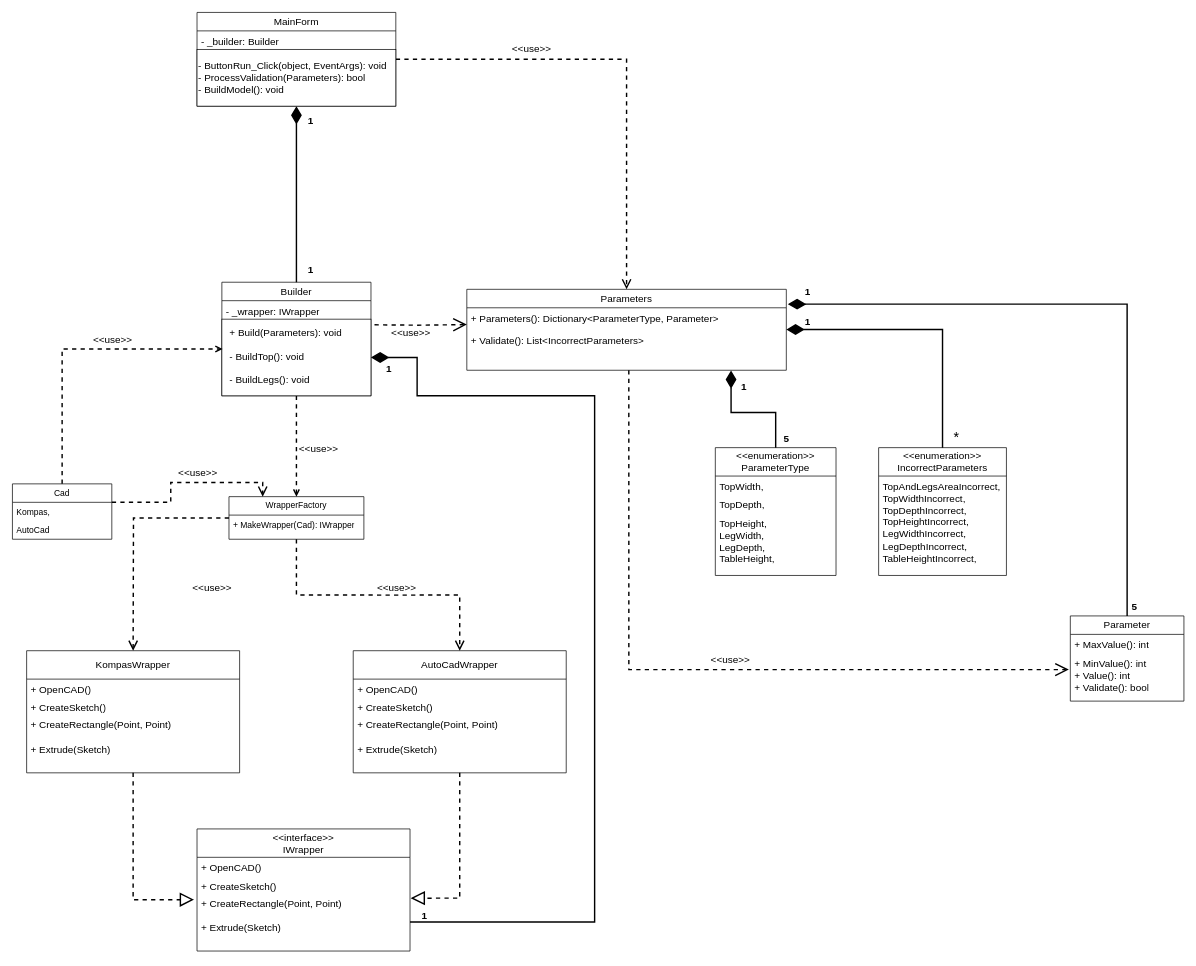
isaacparson/kompas_table_plugin keeps this draw.io diagram as docs/ПС_ДК.drawio. Above is the earlier version. Source tidied: cells renumbered, new cells numbered last; positions are measured from the earlier drawing's top-left corner, leaving out a move shared by most shapes. Both pictures are drawn from the tidied source at 71%, with x=0, y=0 at pixel (12, 12).
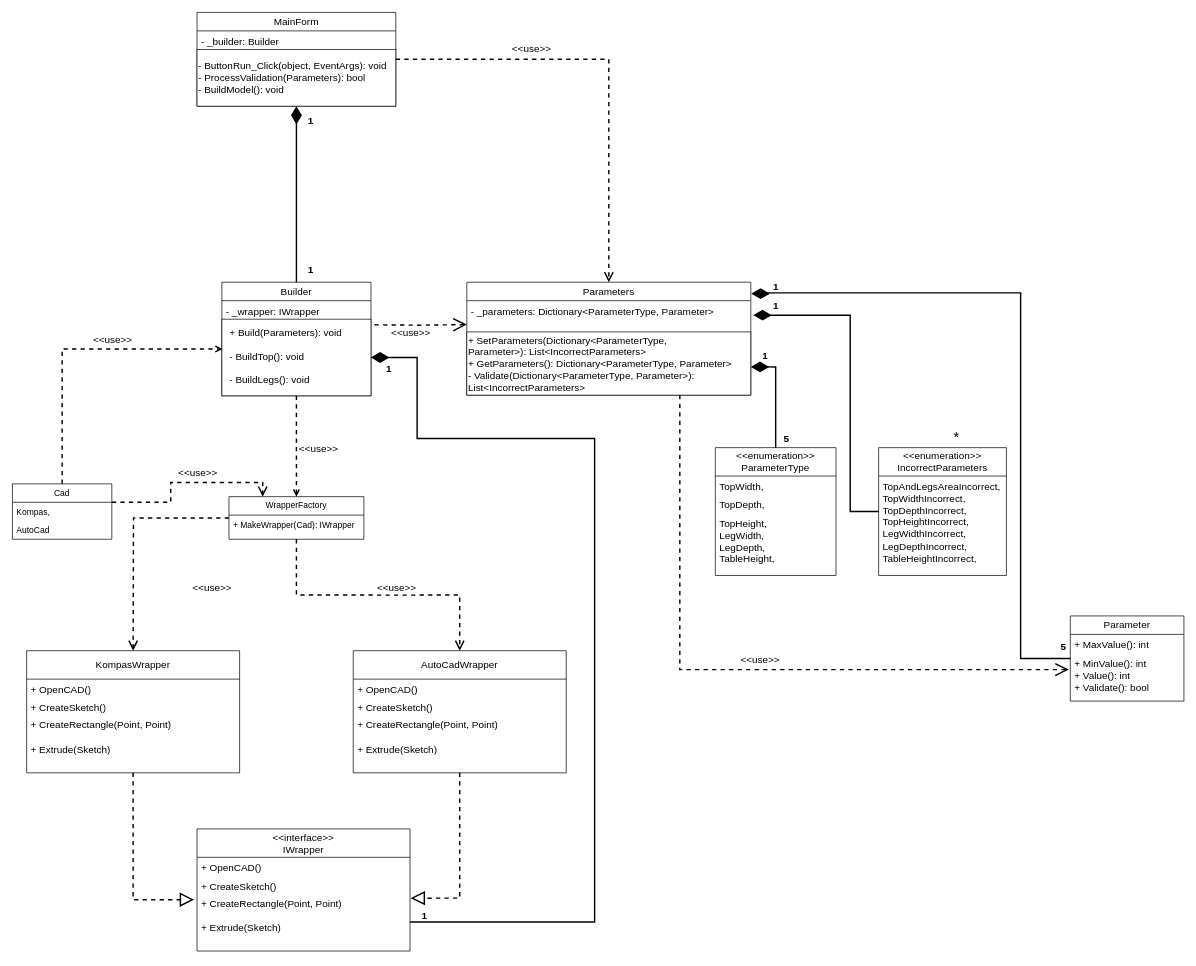
After the change.

The change refers to these unchanged cells:
```xml
<mxCell id="2" value="&amp;lt;&amp;lt;enumeration&amp;gt;&amp;gt;&lt;div style=&quot;font-size: 14px;&quot;&gt;ParameterType&lt;/div&gt;" style="swimlane;fontStyle=0;horizontal=1;startSize=40;fillColor=none;whiteSpace=wrap;html=1;labelBackgroundColor=none;fontSize=14;" parent="1" vertex="1">
  <mxGeometry x="990" y="613" width="170" height="180" as="geometry" />
</mxCell>
<mxCell id="6" value="Parameter" style="swimlane;fontStyle=0;horizontal=1;startSize=26;fillColor=none;whiteSpace=wrap;html=1;fontSize=14;" parent="1" vertex="1">
  <mxGeometry x="1490" y="850" width="160" height="120" as="geometry" />
</mxCell>
<mxCell id="8" value="+ MinValue(): int&lt;div&gt;+ Value(): int&lt;/div&gt;&lt;div&gt;+ Validate(): bool&lt;/div&gt;" style="text;strokeColor=none;fillColor=none;align=left;verticalAlign=top;spacingLeft=4;spacingRight=4;overflow=hidden;points=[[0,0.5],[1,0.5]];portConstraint=eastwest;whiteSpace=wrap;html=1;fontSize=14;" parent="6" vertex="1">
  <mxGeometry y="52" width="160" height="68" as="geometry" />
</mxCell>
<mxCell id="19" style="html=1;whiteSpace=wrap;" parent="17" vertex="1">
  <mxGeometry y="52" width="210" height="108" as="geometry" />
</mxCell>
<mxCell id="26" value="+ CreateRectangle(Point, Point)&lt;div&gt;&lt;br&gt;&lt;/div&gt;&lt;div&gt;+ Extrude(Sketch)&lt;/div&gt;" style="text;strokeColor=none;fillColor=none;align=left;verticalAlign=top;spacingLeft=4;spacingRight=4;overflow=hidden;points=[[0,0.5],[1,0.5]];portConstraint=eastwest;whiteSpace=wrap;html=1;fontSize=14;" parent="23" vertex="1">
  <mxGeometry y="90" width="300" height="82" as="geometry" />
</mxCell>
<mxCell id="63" value="&amp;lt;&amp;lt;enumeration&amp;gt;&amp;gt;&lt;div style=&quot;font-size: 14px;&quot;&gt;&lt;span style=&quot;text-align: left;&quot;&gt;IncorrectParameters&lt;/span&gt;&lt;/div&gt;" style="swimlane;fontStyle=0;horizontal=1;startSize=40;fillColor=none;whiteSpace=wrap;html=1;labelBackgroundColor=none;fontSize=14;" parent="1" vertex="1">
  <mxGeometry x="1220" y="613" width="180" height="180" as="geometry" />
</mxCell>
```

What changed in the source:
```diff
@@
-    <mxCell id="9" style="edgeStyle=orthogonalEdgeStyle;rounded=0;jettySize=auto;html=1;entryX=-0.013;entryY=0.347;entryDx=0;entryDy=0;entryPerimeter=0;fontSize=14;strokeWidth=2;dashed=1;endArrow=open;endFill=0;endSize=15;exitX=0.507;exitY=1;exitDx=0;exitDy=0;exitPerimeter=0;" parent="1" edge="1" source="12" target="8">
+    <mxCell id="9" style="edgeStyle=orthogonalEdgeStyle;rounded=0;jettySize=auto;html=1;entryX=-0.013;entryY=0.347;entryDx=0;entryDy=0;entryPerimeter=0;fontSize=14;strokeWidth=2;dashed=1;endArrow=open;endFill=0;endSize=15;exitX=0.75;exitY=1;exitDx=0;exitDy=0;" parent="1" edge="1" source="11" target="8">
       <mxGeometry relative="1" as="geometry" />
     </mxCell>
     <mxCell id="10" value="&amp;lt;&amp;lt;use&amp;gt;&amp;gt;" style="edgeLabel;html=1;align=center;verticalAlign=middle;fontSize=14;" parent="9" vertex="1">
       <mxGeometry x="-0.27" y="-1" relative="1" as="geometry">
-        <mxPoint x="143" y="27" as="offset" />
+        <mxPoint x="113" y="31" as="offset" />
       </mxGeometry>
     </mxCell>
     <mxCell id="11" value="Parameters" style="swimlane;fontStyle=0;horizontal=1;startSize=26;fillColor=none;whiteSpace=wrap;html=1;fontSize=14;" parent="1" vertex="1">
-      <mxGeometry x="640" y="390" width="450" height="114" as="geometry" />
+      <mxGeometry x="640" y="380" width="400" height="159" as="geometry" />
     </mxCell>
-    <mxCell id="12" value="+ Parameters(): Dictionary&amp;lt;ParameterType, Parameter&amp;gt;" style="text;strokeColor=none;fillColor=none;align=left;verticalAlign=top;spacingLeft=4;spacingRight=4;overflow=hidden;points=[[0,0.5],[1,0.5]];portConstraint=eastwest;whiteSpace=wrap;html=1;fontSize=14;" parent="11" vertex="1">
-      <mxGeometry y="26" width="450" height="88" as="geometry" />
-    </mxCell>
+    <mxCell id="35" value="- _parameters: Dictionary&amp;lt;ParameterType, Parameter&amp;gt;&lt;div&gt;&lt;/div&gt;" style="text;strokeColor=none;fillColor=none;align=left;verticalAlign=top;spacingLeft=4;spacingRight=4;overflow=hidden;points=[[0,0.5],[1,0.5]];portConstraint=eastwest;whiteSpace=wrap;html=1;fontSize=14;" parent="11" vertex="1">
+      <mxGeometry y="26" width="400" height="44" as="geometry" />
+    </mxCell>
+    <mxCell id="71" value="&lt;div style=&quot;font-size: 14px;&quot;&gt;+ SetParameters(Dictionary&amp;lt;ParameterType, Parameter&amp;gt;):&amp;nbsp;&lt;span style=&quot;background-color: initial;&quot;&gt;List&amp;lt;IncorrectParameters&amp;gt;&lt;br&gt;+ GetParameters():&amp;nbsp;&lt;/span&gt;&lt;span style=&quot;background-color: initial;&quot;&gt;Dictionary&amp;lt;ParameterType, Parameter&amp;gt;&lt;/span&gt;&lt;span style=&quot;background-color: initial;&quot;&gt;&amp;nbsp;&lt;/span&gt;&lt;/div&gt;&lt;span style=&quot;font-size: 14px;&quot;&gt;- Validate(Dictionary&amp;lt;ParameterType, Parameter&amp;gt;): List&amp;lt;IncorrectParameters&amp;gt;&lt;/span&gt;" style="html=1;whiteSpace=wrap;align=left;" parent="11" vertex="1">
+      <mxGeometry y="70" width="400" height="89" as="geometry" />
+    </mxCell>
-    <mxCell id="13" style="edgeStyle=orthogonalEdgeStyle;rounded=0;jettySize=auto;html=1;entryX=1.005;entryY=-0.058;entryDx=0;entryDy=0;entryPerimeter=0;strokeWidth=2;endArrow=diamondThin;endFill=1;endSize=20;" parent="1" edge="1" source="6" target="12">
-      <mxGeometry relative="1" as="geometry" />
+    <mxCell id="13" style="edgeStyle=orthogonalEdgeStyle;rounded=0;jettySize=auto;html=1;strokeWidth=2;endArrow=diamondThin;endFill=1;endSize=20;entryX=1.002;entryY=0.101;entryDx=0;entryDy=0;entryPerimeter=0;" parent="1" edge="1" source="6" target="11">
+      <mxGeometry relative="1" as="geometry">
+        <Array as="points">
+          <mxPoint x="1420" y="910" />
+          <mxPoint x="1420" y="395" />
+          <mxPoint x="1050" y="395" />
+          <mxPoint x="1050" y="396" />
+        </Array>
+      </mxGeometry>
     </mxCell>
     <mxCell id="14" value="5" style="text;align=center;fontStyle=1;verticalAlign=middle;spacingLeft=3;spacingRight=3;strokeColor=none;html=1;fontSize=14;" parent="1" vertex="1">
-      <mxGeometry x="1540" y="824" width="80" height="26" as="geometry" />
+      <mxGeometry x="1440" y="880" width="80" height="26" as="geometry" />
     </mxCell>
     <mxCell id="15" value="1" style="text;align=center;fontStyle=1;verticalAlign=middle;spacingLeft=3;spacingRight=3;strokeColor=none;html=1;fontSize=14;" parent="1" vertex="1">
-      <mxGeometry x="1080" y="380" width="80" height="26" as="geometry" />
+      <mxGeometry x="1035" y="400" width="80" height="26" as="geometry" />
     </mxCell>
@@
     <mxCell id="27" style="edgeStyle=orthogonalEdgeStyle;rounded=0;jettySize=auto;html=1;entryX=1;entryY=0.5;entryDx=0;entryDy=0;exitX=1;exitY=0.5;exitDx=0;exitDy=0;startArrow=diamondThin;startFill=1;endArrow=none;endFill=0;endSize=11;targetPerimeterSpacing=0;strokeWidth=2;sourcePerimeterSpacing=0;startSize=20;" parent="1" edge="1" source="19" target="26">
       <mxGeometry relative="1" as="geometry">
         <Array as="points">
           <mxPoint x="570" y="486" />
-          <mxPoint x="570" y="540" />
-          <mxPoint x="820" y="540" />
+          <mxPoint x="570" y="600" />
+          <mxPoint x="820" y="600" />
           <mxPoint x="820" y="1281" />
         </Array>
       </mxGeometry>
     </mxCell>
@@
-    <mxCell id="35" value="&lt;div&gt;&lt;br&gt;&lt;/div&gt;+ Validate(): List&amp;lt;IncorrectParameters&amp;gt;" style="text;strokeColor=none;fillColor=none;align=left;verticalAlign=top;spacingLeft=4;spacingRight=4;overflow=hidden;points=[[0,0.5],[1,0.5]];portConstraint=eastwest;whiteSpace=wrap;html=1;fontSize=14;" parent="1" vertex="1">
-      <mxGeometry x="640" y="430" width="290" height="85" as="geometry" />
-    </mxCell>
@@
-    <mxCell id="65" style="edgeStyle=orthogonalEdgeStyle;rounded=0;jettySize=auto;html=1;entryX=1;entryY=0.348;entryDx=0;entryDy=0;entryPerimeter=0;strokeWidth=2;endArrow=diamondThin;endFill=1;endSize=20;" parent="1" edge="1" source="63" target="12">
-      <mxGeometry relative="1" as="geometry" />
+    <mxCell id="65" style="edgeStyle=orthogonalEdgeStyle;rounded=0;jettySize=auto;html=1;strokeWidth=2;endArrow=diamondThin;endFill=1;endSize=20;entryX=1.009;entryY=0.464;entryDx=0;entryDy=0;entryPerimeter=0;" parent="1" edge="1" source="63" target="35">
+      <mxGeometry relative="1" as="geometry">
+        <Array as="points">
+          <mxPoint x="1180" y="703" />
+          <mxPoint x="1180" y="426" />
+        </Array>
+      </mxGeometry>
     </mxCell>
-    <mxCell id="66" style="edgeStyle=orthogonalEdgeStyle;rounded=0;jettySize=auto;html=1;entryX=0.827;entryY=1.002;entryDx=0;entryDy=0;entryPerimeter=0;strokeWidth=2;endArrow=diamondThin;endFill=1;endSize=20;" parent="1" edge="1" source="2" target="12">
+    <mxCell id="66" style="edgeStyle=orthogonalEdgeStyle;rounded=0;jettySize=auto;html=1;entryX=1;entryY=0.75;entryDx=0;entryDy=0;strokeWidth=2;endArrow=diamondThin;endFill=1;endSize=20;" parent="1" edge="1" source="2" target="11">
       <mxGeometry relative="1" as="geometry" />
     </mxCell>
     <mxCell id="67" value="1" style="text;align=center;fontStyle=1;verticalAlign=middle;spacingLeft=3;spacingRight=3;strokeColor=none;html=1;fontSize=14;" parent="1" vertex="1">
-      <mxGeometry x="990" y="514" width="80" height="26" as="geometry" />
+      <mxGeometry x="1020" y="470" width="80" height="26" as="geometry" />
     </mxCell>
     <mxCell id="68" value="1" style="text;align=center;fontStyle=1;verticalAlign=middle;spacingLeft=3;spacingRight=3;strokeColor=none;html=1;fontSize=14;" parent="1" vertex="1">
-      <mxGeometry x="1080" y="423" width="80" height="26" as="geometry" />
+      <mxGeometry x="1035" y="374" width="80" height="26" as="geometry" />
     </mxCell>
```
